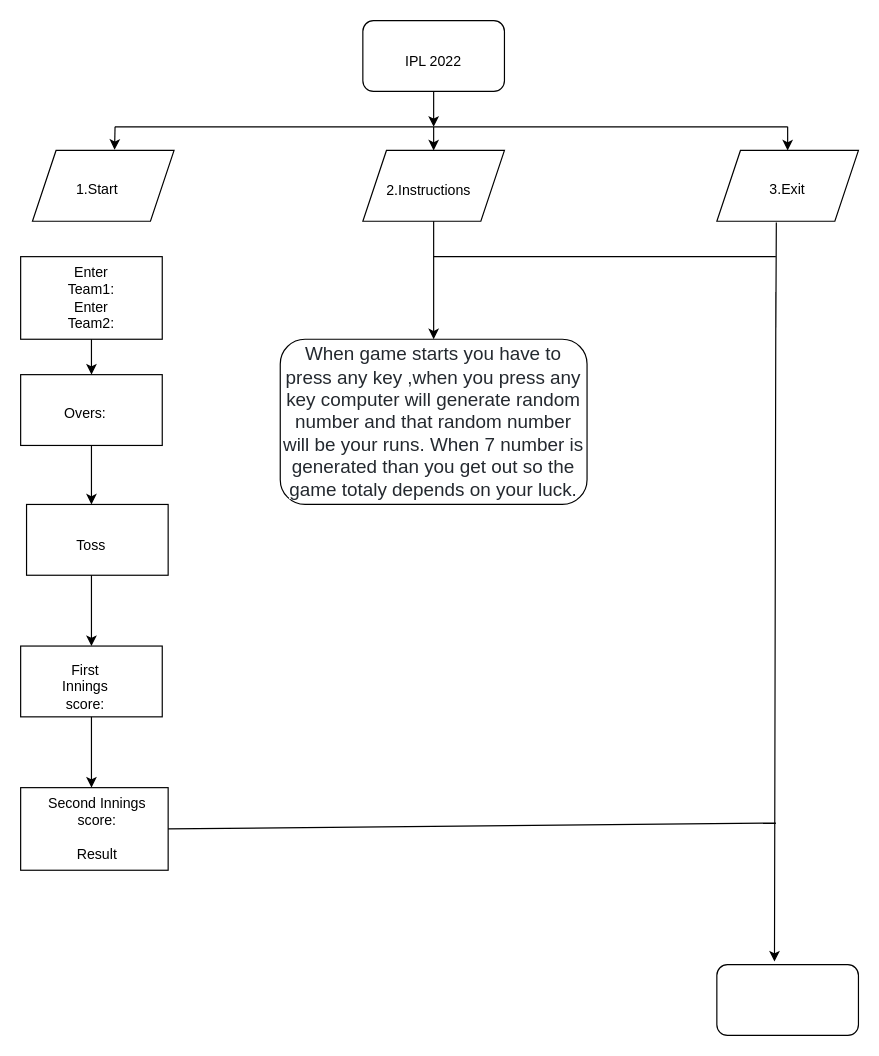
This is 2_Architecture/Cricket_scoreboard.drawio from Stephenj071/M1_cricketscoreboard, a draw.io file, before an edit. Source tidied: cells renumbered, new cells numbered last; positions are measured from the earlier drawing's top-left corner, leaving out a move shared by most shapes. Both pictures are drawn from the tidied source at 118%, with x=0, y=0 at pixel (20, 20).
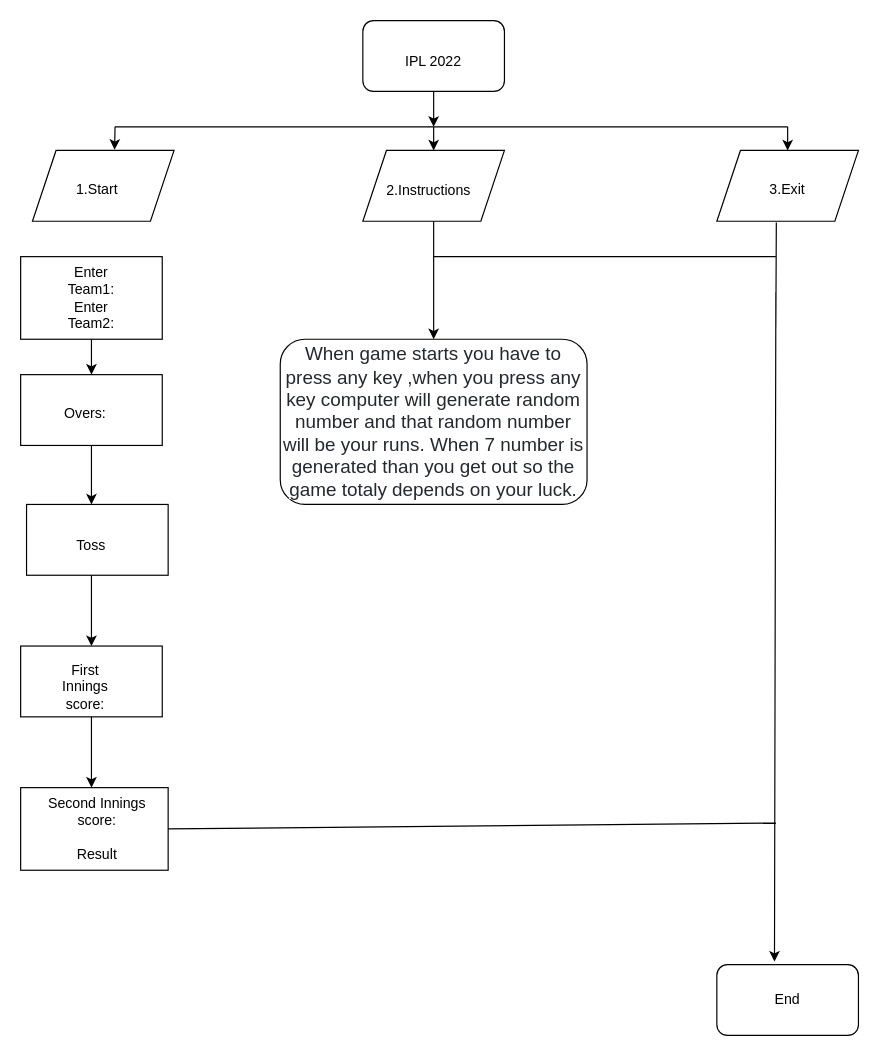
The same page after the edit.

The edit, as a diff of the source:
```diff
@@
+    <mxCell id="37" value="End" style="text;html=1;strokeColor=none;fillColor=none;align=center;verticalAlign=middle;whiteSpace=wrap;rounded=0;" parent="1" vertex="1">
+      <mxGeometry x="620" y="817.5" width="60" height="25" as="geometry" />
+    </mxCell>
```
